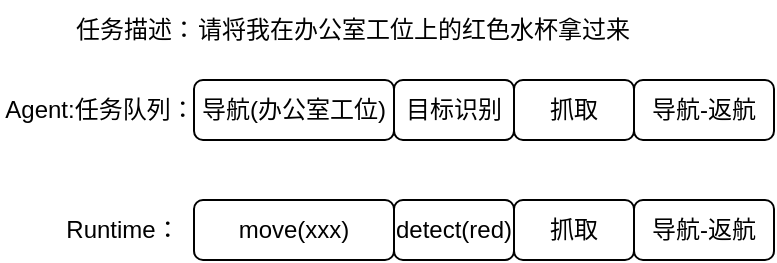
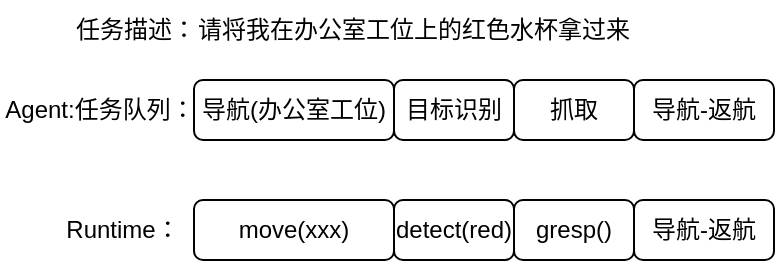
<mxfile host="app.diagrams.net">
  <diagram name="第 1 页" id="AqDmRzZVIJ-5uyctXJOA">
    <mxGraphModel dx="656" dy="360" grid="1" gridSize="10" guides="1" tooltips="1" connect="1" arrows="1" fold="1" page="1" pageScale="1" pageWidth="2339" pageHeight="3300" math="0" shadow="0">
      <root>
        <mxCell id="0" />
        <mxCell id="1" parent="0" />
        <mxCell id="TX6EBbOIm9mCNyf-wsjQ-1" parent="1" style="rounded=1;whiteSpace=wrap;html=1;" value="导航(办公室工位)" vertex="1">
          <mxGeometry height="30" width="100" x="120" y="370" as="geometry" />
        </mxCell>
        <mxCell id="TX6EBbOIm9mCNyf-wsjQ-2" parent="1" style="text;html=1;whiteSpace=wrap;strokeColor=none;fillColor=none;align=center;verticalAlign=middle;rounded=0;" value="Agent:任务队列：" vertex="1">
          <mxGeometry height="30" width="100" x="23" y="370" as="geometry" />
        </mxCell>
        <mxCell id="TX6EBbOIm9mCNyf-wsjQ-3" parent="1" style="text;html=1;whiteSpace=wrap;strokeColor=none;fillColor=none;align=center;verticalAlign=middle;rounded=0;" value="任务描述：" vertex="1">
          <mxGeometry height="30" width="70" x="56" y="330" as="geometry" />
        </mxCell>
        <mxCell id="TX6EBbOIm9mCNyf-wsjQ-4" parent="1" style="text;html=1;whiteSpace=wrap;strokeColor=none;fillColor=none;align=center;verticalAlign=middle;rounded=0;" value="请将我在办公室工位上的红色水杯拿过来" vertex="1">
          <mxGeometry height="30" width="220" x="120" y="330" as="geometry" />
        </mxCell>
        <mxCell id="TX6EBbOIm9mCNyf-wsjQ-5" parent="1" style="rounded=1;whiteSpace=wrap;html=1;" value="目标识别" vertex="1">
          <mxGeometry height="30" width="60" x="220" y="370" as="geometry" />
        </mxCell>
        <mxCell id="TX6EBbOIm9mCNyf-wsjQ-6" parent="1" style="rounded=1;whiteSpace=wrap;html=1;" value="抓取" vertex="1">
          <mxGeometry height="30" width="60" x="280" y="370" as="geometry" />
        </mxCell>
        <mxCell id="TX6EBbOIm9mCNyf-wsjQ-7" parent="1" style="rounded=1;whiteSpace=wrap;html=1;" value="导航-返航" vertex="1">
          <mxGeometry height="30" width="70" x="340" y="370" as="geometry" />
        </mxCell>
        <mxCell id="TX6EBbOIm9mCNyf-wsjQ-8" parent="1" style="text;html=1;whiteSpace=wrap;strokeColor=none;fillColor=none;align=center;verticalAlign=middle;rounded=0;" value="Runtime：" vertex="1">
          <mxGeometry height="30" width="57" x="56" y="430" as="geometry" />
        </mxCell>
        <mxCell id="TX6EBbOIm9mCNyf-wsjQ-11" parent="1" style="rounded=1;whiteSpace=wrap;html=1;" value="move(xxx)" vertex="1">
          <mxGeometry height="30" width="100" x="120" y="430" as="geometry" />
        </mxCell>
        <mxCell id="TX6EBbOIm9mCNyf-wsjQ-12" parent="1" style="rounded=1;whiteSpace=wrap;html=1;" value="detect(red)" vertex="1">
          <mxGeometry height="30" width="60" x="220" y="430" as="geometry" />
        </mxCell>
-         <mxCell id="TX6EBbOIm9mCNyf-wsjQ-13" parent="1" style="rounded=1;whiteSpace=wrap;html=1;" value="抓取" vertex="1">
+         <mxCell id="TX6EBbOIm9mCNyf-wsjQ-13" parent="1" style="rounded=1;whiteSpace=wrap;html=1;" value="gresp()" vertex="1">
          <mxGeometry height="30" width="60" x="280" y="430" as="geometry" />
        </mxCell>
        <mxCell id="TX6EBbOIm9mCNyf-wsjQ-14" parent="1" style="rounded=1;whiteSpace=wrap;html=1;" value="导航-返航" vertex="1">
          <mxGeometry height="30" width="70" x="340" y="430" as="geometry" />
        </mxCell>
      </root>
    </mxGraphModel>
  </diagram>
</mxfile>
